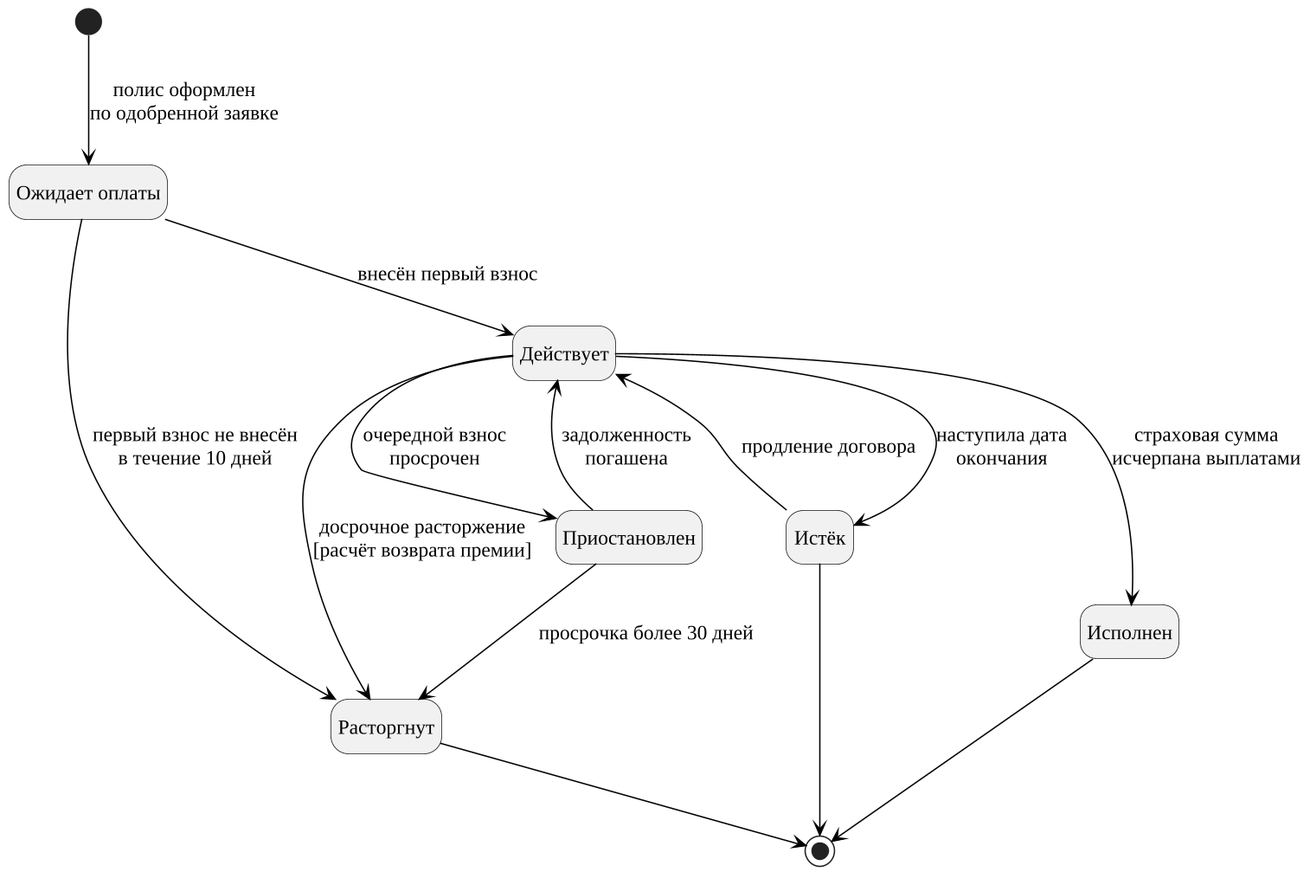
Earlier version of the PlantUML export diagrams/state.png (Danilakov277/insurance-service-kp). Source of this version:
```plantuml
@startuml
!include _style.iuml
hide empty description
[*] --> ОжидаетОплаты : полис оформлен\nпо одобренной заявке
state "Ожидает оплаты" as ОжидаетОплаты
state "Действует" as Действует
state "Приостановлен" as Приостановлен
state "Истёк" as Истёк
state "Расторгнут" as Расторгнут
state "Исполнен" as Исполнен
ОжидаетОплаты --> Действует : внесён первый взнос
ОжидаетОплаты --> Расторгнут : первый взнос не внесён\nв течение 10 дней
Действует --> Приостановлен : очередной взнос\nпросрочен
Приостановлен --> Действует : задолженность\nпогашена
Приостановлен --> Расторгнут : просрочка более 30 дней
Действует --> Расторгнут : досрочное расторжение\n[расчёт возврата премии]
Действует --> Исполнен : страховая сумма\nисчерпана выплатами
Действует --> Истёк : наступила дата\nокончания
Истёк --> Действует : продление договора
Расторгнут --> [*]
Исполнен --> [*]
Истёк --> [*]
@enduml
```
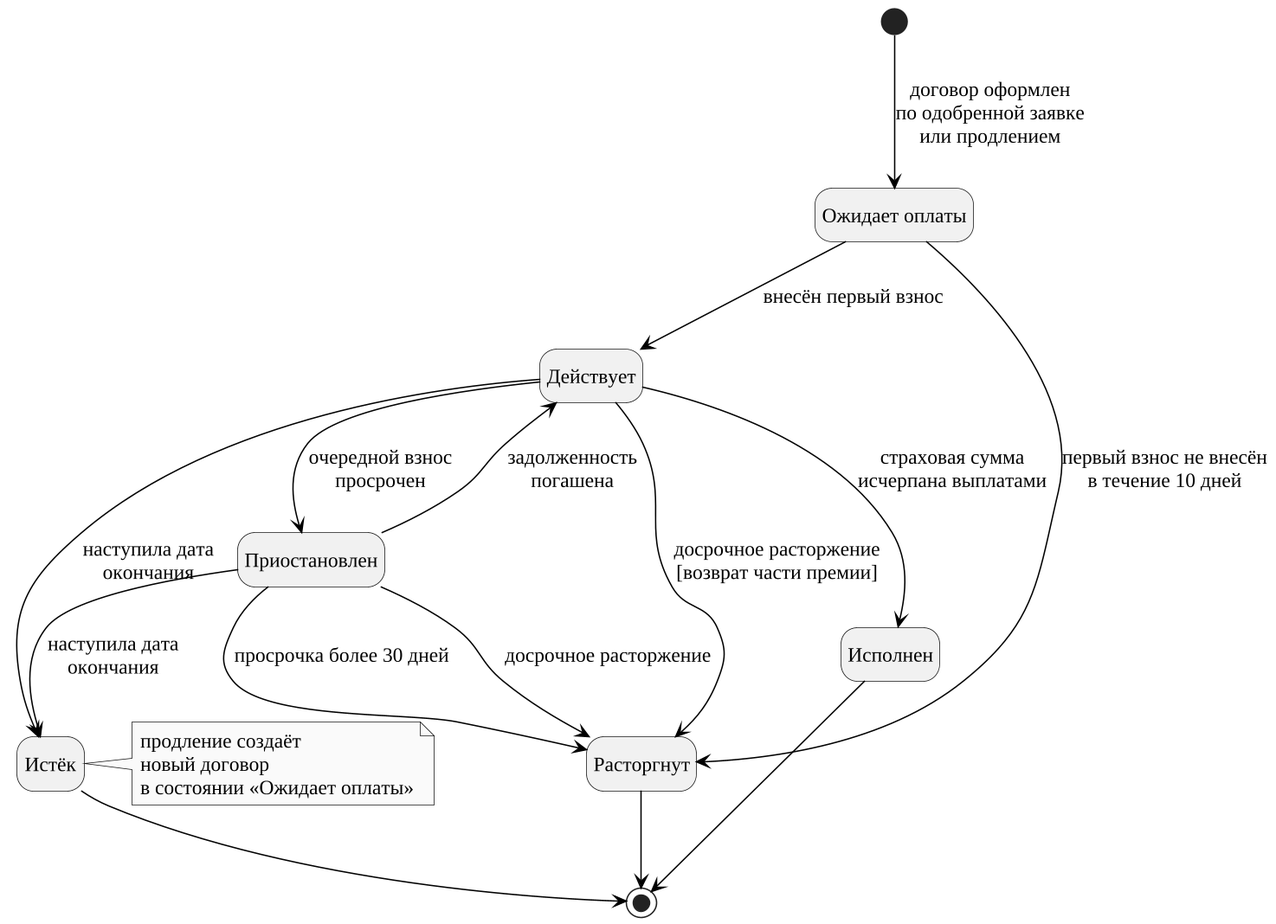
After the change.

Diff of the diagram source:
```diff
@@ -1,23 +1,25 @@
 @startuml
 !include _style.iuml
 hide empty description
-[*] --> ОжидаетОплаты : полис оформлен\nпо одобренной заявке
-state "Ожидает оплаты" as ОжидаетОплаты
-state "Действует" as Действует
-state "Приостановлен" as Приостановлен
-state "Истёк" as Истёк
-state "Расторгнут" as Расторгнут
-state "Исполнен" as Исполнен
-ОжидаетОплаты --> Действует : внесён первый взнос
-ОжидаетОплаты --> Расторгнут : первый взнос не внесён\nв течение 10 дней
-Действует --> Приостановлен : очередной взнос\nпросрочен
-Приостановлен --> Действует : задолженность\nпогашена
-Приостановлен --> Расторгнут : просрочка более 30 дней
-Действует --> Расторгнут : досрочное расторжение\n[расчёт возврата премии]
-Действует --> Исполнен : страховая сумма\nисчерпана выплатами
-Действует --> Истёк : наступила дата\nокончания
-Истёк --> Действует : продление договора
-Расторгнут --> [*]
-Исполнен --> [*]
-Истёк --> [*]
+state "Ожидает оплаты" as W
+state "Действует" as A
+state "Приостановлен" as S
+state "Истёк" as E
+state "Расторгнут" as T
+state "Исполнен" as F
+[*] --> W : договор оформлен\nпо одобренной заявке\nили продлением
+W --> A : внесён первый взнос
+W --> T : первый взнос не внесён\nв течение 10 дней
+A --> S : очередной взнос\nпросрочен
+S --> A : задолженность\nпогашена
+S --> T : просрочка более 30 дней
+A --> T : досрочное расторжение\n[возврат части премии]
+S --> T : досрочное расторжение
+A --> F : страховая сумма\nисчерпана выплатами
+A --> E : наступила дата\nокончания
+S --> E : наступила дата\nокончания
+T --> [*]
+F --> [*]
+E --> [*]
+note right of E : продление создаёт\nновый договор\nв состоянии «Ожидает оплаты»
 @enduml
```
